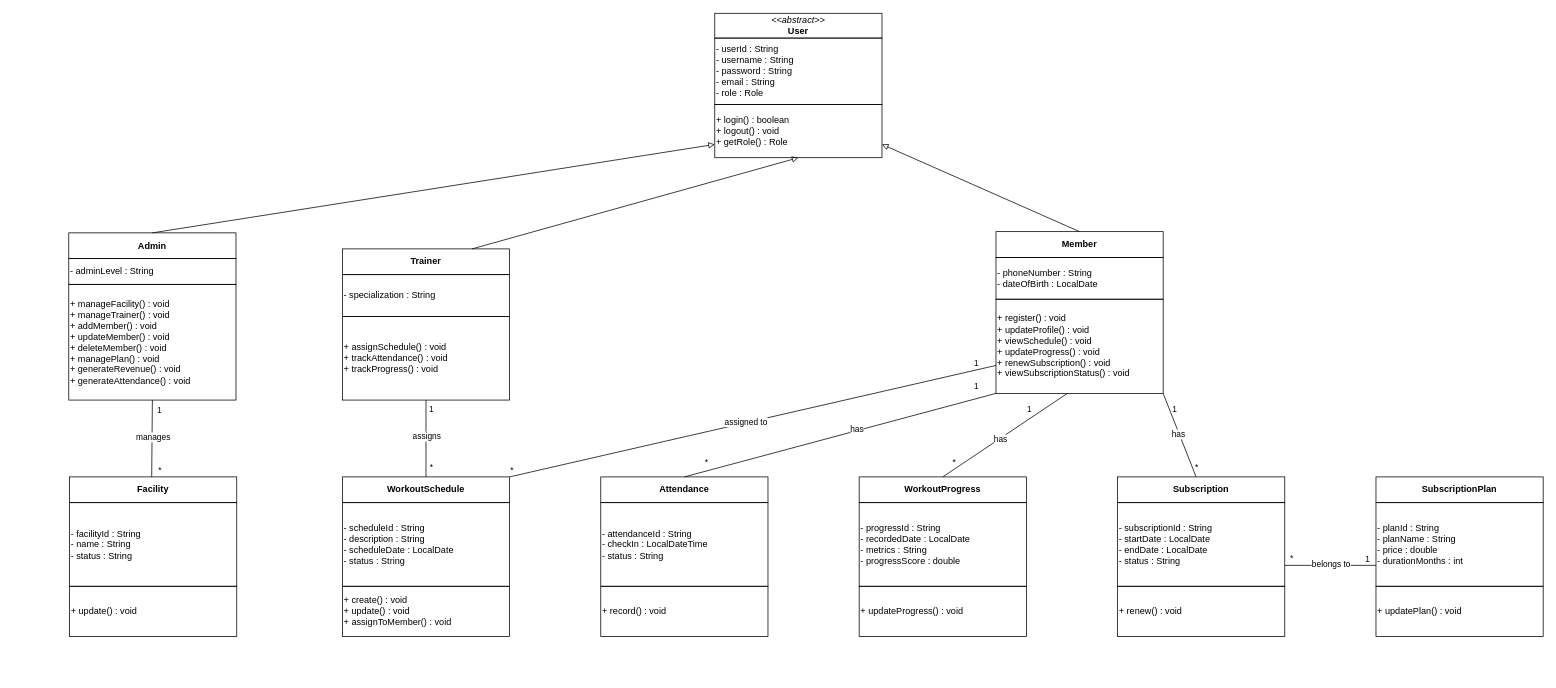
This is Class Diagram.drawio from XuanAnh1312/GMS_PROJECT_JAVA, a draw.io file, before an edit. Source tidied: cells renumbered, new cells numbered last; positions are measured from the earlier drawing's top-left corner, leaving out a move shared by most shapes. Both pictures are drawn from the tidied source at 76%, with x=0, y=0 at pixel (68, 13).
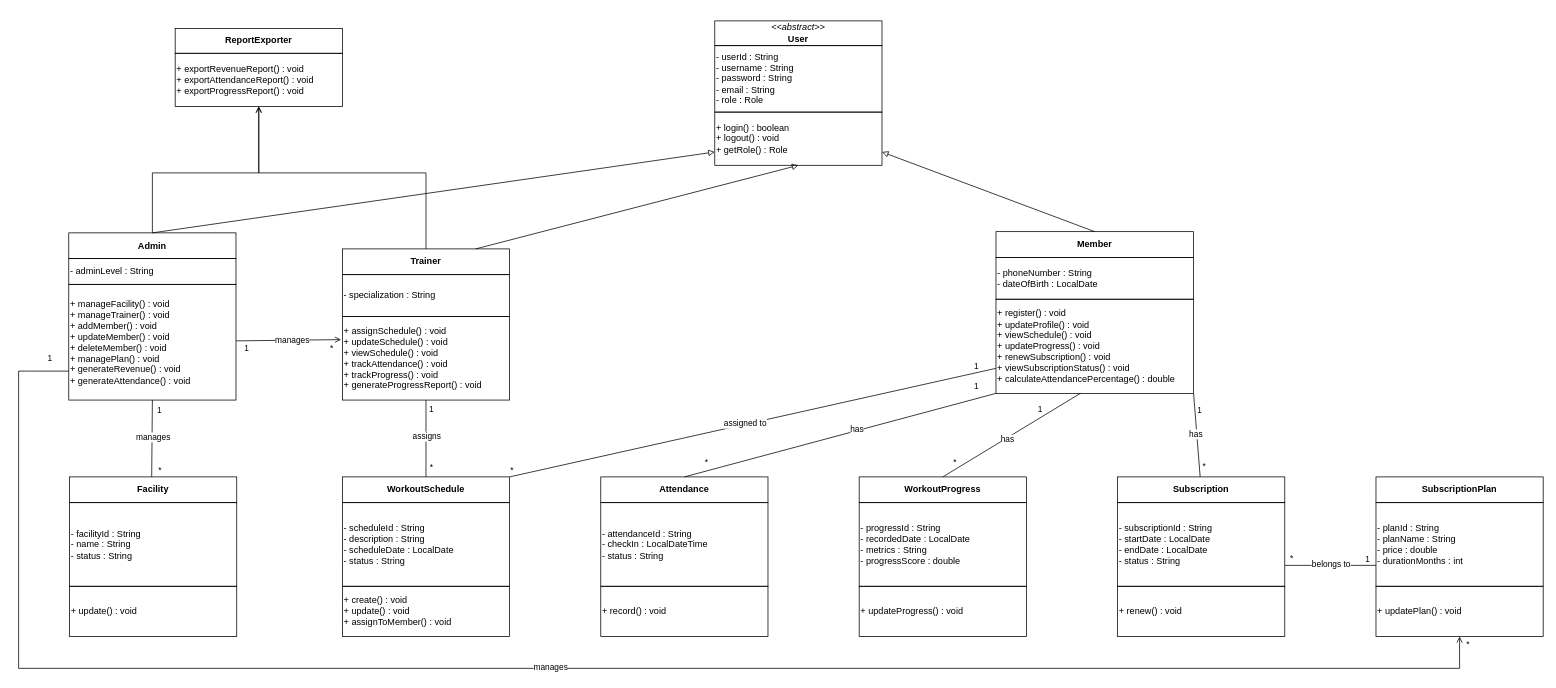
The same page after the edit.

Unchanged cells that the change refers to:
```xml
<mxCell id="11" value="&lt;b&gt;Admin&lt;/b&gt;" style="rounded=0;whiteSpace=wrap;html=1;fillColor=none;" parent="9" vertex="1">
  <mxGeometry width="220" height="33.9" as="geometry" />
</mxCell>
<mxCell id="12" value="&lt;div&gt;+ manageFacility() : void&lt;/div&gt;&lt;div&gt;+ manageTrainer() : void&lt;/div&gt;&lt;div&gt;+ addMember() : void&lt;/div&gt;&lt;div&gt;+ updateMember() : void&lt;/div&gt;&lt;div&gt;+ deleteMember() : void&lt;/div&gt;&lt;div&gt;+ managePlan() : void&lt;/div&gt;&lt;div&gt;+ generateRevenue() : void&lt;/div&gt;&lt;div&gt;+ generateAttendance() : void&lt;/div&gt;" style="rounded=0;whiteSpace=wrap;html=1;fillColor=none;align=left;" parent="9" vertex="1">
  <mxGeometry y="67.7" width="220" height="152.3" as="geometry" />
</mxCell>
<mxCell id="13" style="group;" parent="1" vertex="1">
  <mxGeometry x="360" y="310" width="220" height="198.9" as="geometry" />
</mxCell>
<mxCell id="14" value="&lt;b&gt;Trainer&lt;/b&gt;" style="rounded=0;whiteSpace=wrap;html=1;fillColor=none;" parent="13" vertex="1">
  <mxGeometry width="220" height="33.9" as="geometry" />
</mxCell>
<mxCell id="40" value="+ updatePlan() : void" style="rounded=0;whiteSpace=wrap;html=1;fillColor=none;align=left;" parent="37" vertex="1">
  <mxGeometry y="143.9" width="220" height="66.1" as="geometry" />
</mxCell>
```

Change to the diagram source:
```diff
@@
     <mxCell id="5" style="group;" parent="1" vertex="1">
-      <mxGeometry x="850" width="220" height="190" as="geometry" />
+      <mxGeometry x="850" y="10" width="220" height="190" as="geometry" />
     </mxCell>
@@
-    <mxCell id="16" value="+ assignSchedule() : void&lt;br&gt;+ trackAttendance() : void&lt;br&gt;+ trackProgress() : void" style="rounded=0;whiteSpace=wrap;html=1;fillColor=none;align=left;" parent="13" vertex="1">
+    <mxCell id="16" value="&lt;div&gt;+ assignSchedule() : void&lt;/div&gt;&lt;div&gt;+ updateSchedule() : void&lt;/div&gt;&lt;div&gt;+ viewSchedule() : void&lt;/div&gt;&lt;div&gt;+ trackAttendance() : void&lt;/div&gt;&lt;div&gt;+ trackProgress() : void&lt;/div&gt;&lt;div&gt;+ generateProgressReport() : void&lt;/div&gt;" style="rounded=0;whiteSpace=wrap;html=1;fillColor=none;align=left;" parent="13" vertex="1">
       <mxGeometry y="88.9" width="220" height="110" as="geometry" />
     </mxCell>
     <mxCell id="17" style="group;" parent="1" vertex="1">
-      <mxGeometry x="1220" y="287.3" width="220" height="212.7" as="geometry" />
+      <mxGeometry x="1220" y="287.3" width="260" height="212.7" as="geometry" />
     </mxCell>
     <mxCell id="18" value="&lt;b&gt;Member&lt;/b&gt;" style="rounded=0;whiteSpace=wrap;html=1;fillColor=none;" parent="17" vertex="1">
-      <mxGeometry width="220" height="33.9" as="geometry" />
+      <mxGeometry width="260" height="33.9" as="geometry" />
     </mxCell>
     <mxCell id="19" value="- phoneNumber : String&lt;br&gt;- dateOfBirth : LocalDate" style="rounded=0;whiteSpace=wrap;html=1;fillColor=none;align=left;" parent="17" vertex="1">
-      <mxGeometry y="33.9" width="220" height="55" as="geometry" />
+      <mxGeometry y="33.9" width="260" height="55" as="geometry" />
     </mxCell>
-    <mxCell id="20" value="&lt;div&gt;+ register() : void&lt;/div&gt;&lt;div&gt;+ updateProfile() : void&lt;/div&gt;&lt;div&gt;+ viewSchedule() : void&lt;/div&gt;&lt;div&gt;+ updateProgress() : void&lt;/div&gt;&lt;div&gt;+ renewSubscription() : void&lt;/div&gt;&lt;div&gt;+ viewSubscriptionStatus() : void&lt;/div&gt;" style="rounded=0;whiteSpace=wrap;html=1;fillColor=none;align=left;" parent="17" vertex="1">
-      <mxGeometry y="88.9" width="220" height="123.9" as="geometry" />
+    <mxCell id="20" value="&lt;div&gt;+ register() : void&lt;/div&gt;&lt;div&gt;+ updateProfile() : void&lt;/div&gt;&lt;div&gt;+ viewSchedule() : void&lt;/div&gt;&lt;div&gt;+ updateProgress() : void&lt;/div&gt;&lt;div&gt;+ renewSubscription() : void&lt;/div&gt;&lt;div&gt;+ viewSubscriptionStatus() : void&lt;/div&gt;&lt;div&gt;+ calculateAttendancePercentage() : double&lt;/div&gt;" style="rounded=0;whiteSpace=wrap;html=1;fillColor=none;align=left;" parent="17" vertex="1">
+      <mxGeometry y="88.9" width="260" height="123.9" as="geometry" />
     </mxCell>
@@
+    <mxCell id="73" style="endArrow=none;html=1;rounded=0;exitX=-0.008;exitY=0.277;exitDx=0;exitDy=0;entryX=1.001;entryY=0.285;entryDx=0;entryDy=0;entryPerimeter=0;startArrow=open;startFill=0;exitPerimeter=0;" parent="1" edge="1" source="16">
+      <mxGeometry relative="1" as="geometry">
+        <mxPoint x="220.2" y="431" as="targetPoint" />
+      </mxGeometry>
+    </mxCell>
+    <mxCell id="74" value="manages" style="edgeLabel;html=1;align=center;verticalAlign=middle;" parent="73" vertex="1">
+      <mxGeometry x="0.04" y="-1" relative="1" as="geometry">
+        <mxPoint x="7" as="offset" />
+      </mxGeometry>
+    </mxCell>
+    <mxCell id="75" value="1" style="edgeLabel;html=1;align=center;verticalAlign=middle;" parent="73" vertex="1">
+      <mxGeometry x="0.74" relative="1" as="geometry">
+        <mxPoint x="-5" y="10" as="offset" />
+      </mxGeometry>
+    </mxCell>
+    <mxCell id="76" value="*" style="edgeLabel;html=1;align=center;verticalAlign=middle;" parent="73" vertex="1">
+      <mxGeometry x="-0.7" y="-2" relative="1" as="geometry">
+        <mxPoint x="8" y="13" as="offset" />
+      </mxGeometry>
+    </mxCell>
+    <mxCell id="77" style="endArrow=none;html=1;rounded=0;startArrow=open;startFill=0;edgeStyle=orthogonalEdgeStyle;exitX=0.5;exitY=1;exitDx=0;exitDy=0;entryX=0;entryY=0.75;entryDx=0;entryDy=0;" parent="1" edge="1" source="40" target="12">
+      <mxGeometry relative="1" as="geometry">
+        <Array as="points">
+          <mxPoint x="1830" y="861.9" />
+          <mxPoint x="-66" y="861.9" />
+          <mxPoint x="-66" y="470.8" />
+        </Array>
+      </mxGeometry>
+    </mxCell>
+    <mxCell id="78" value="manages" style="edgeLabel;html=1;align=center;verticalAlign=middle;" parent="77" vertex="1">
+      <mxGeometry x="0.04" y="-1" relative="1" as="geometry">
+        <mxPoint x="7" as="offset" />
+      </mxGeometry>
+    </mxCell>
+    <mxCell id="79" value="1" style="edgeLabel;html=1;align=center;verticalAlign=middle;" parent="77" vertex="1">
+      <mxGeometry x="0.74" relative="1" as="geometry">
+        <mxPoint x="40" y="-262" as="offset" />
+      </mxGeometry>
+    </mxCell>
+    <mxCell id="80" value="*" style="edgeLabel;html=1;align=center;verticalAlign=middle;" parent="77" vertex="1">
+      <mxGeometry x="-0.7" y="-2" relative="1" as="geometry">
+        <mxPoint x="328" y="-30" as="offset" />
+      </mxGeometry>
+    </mxCell>
+    <mxCell id="81" style="group;" parent="1" vertex="1">
+      <mxGeometry x="140" y="20" width="220" height="102.6" as="geometry" />
+    </mxCell>
+    <mxCell id="82" value="&lt;b&gt;ReportExporter&lt;/b&gt;" style="rounded=0;whiteSpace=wrap;html=1;fillColor=none;" parent="81" vertex="1">
+      <mxGeometry width="220" height="32.6" as="geometry" />
+    </mxCell>
+    <mxCell id="83" value="&lt;div&gt;+ exportRevenueReport() : void&lt;/div&gt;&lt;div&gt;+ exportAttendanceReport() : void&lt;/div&gt;&lt;div&gt;+ exportProgressReport() : void&lt;/div&gt;" style="rounded=0;whiteSpace=wrap;html=1;fillColor=none;align=left;" parent="81" vertex="1">
+      <mxGeometry y="32.6" width="220" height="70" as="geometry" />
+    </mxCell>
+    <mxCell id="84" style="edgeStyle=orthogonalEdgeStyle;rounded=0;jettySize=auto;html=1;endArrow=open;endFill=0;" parent="1" edge="1" source="11" target="83">
+      <mxGeometry relative="1" as="geometry">
+        <Array as="points">
+          <mxPoint x="110" y="210" />
+          <mxPoint x="250" y="210" />
+        </Array>
+      </mxGeometry>
+    </mxCell>
+    <mxCell id="85" style="edgeStyle=orthogonalEdgeStyle;rounded=0;jettySize=auto;html=1;endArrow=open;endFill=0;" parent="1" edge="1" source="14" target="83">
+      <mxGeometry relative="1" as="geometry">
+        <Array as="points">
+          <mxPoint x="470" y="210" />
+          <mxPoint x="250" y="210" />
+        </Array>
+      </mxGeometry>
+    </mxCell>
```
